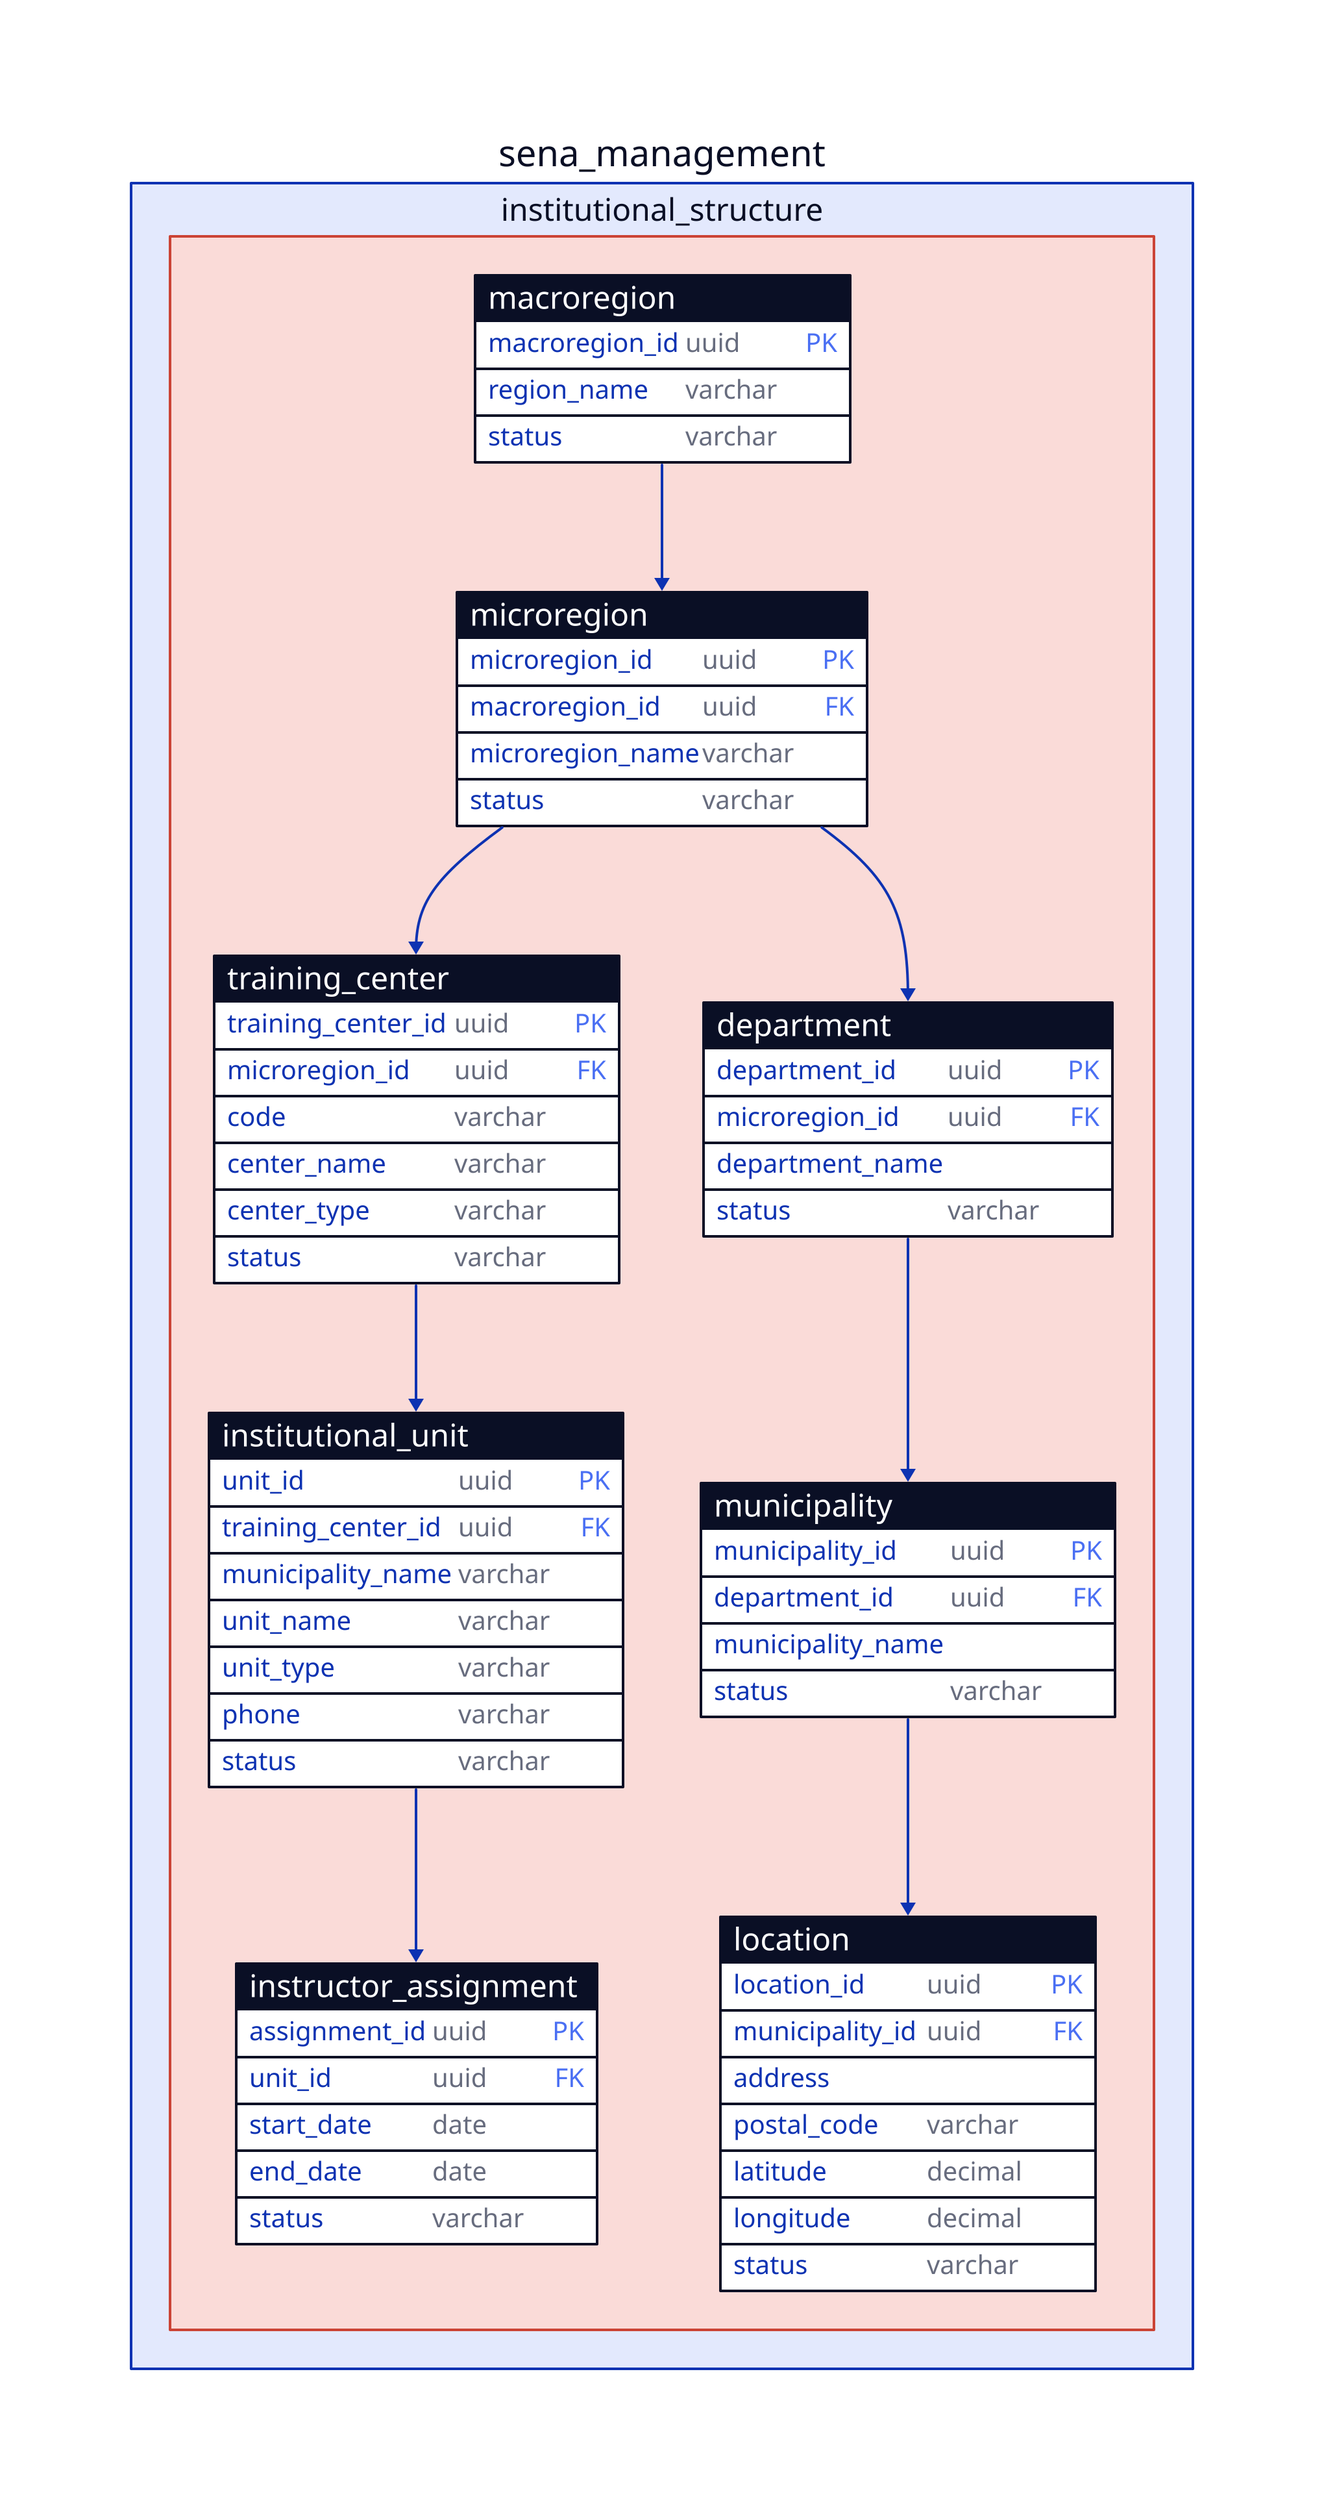
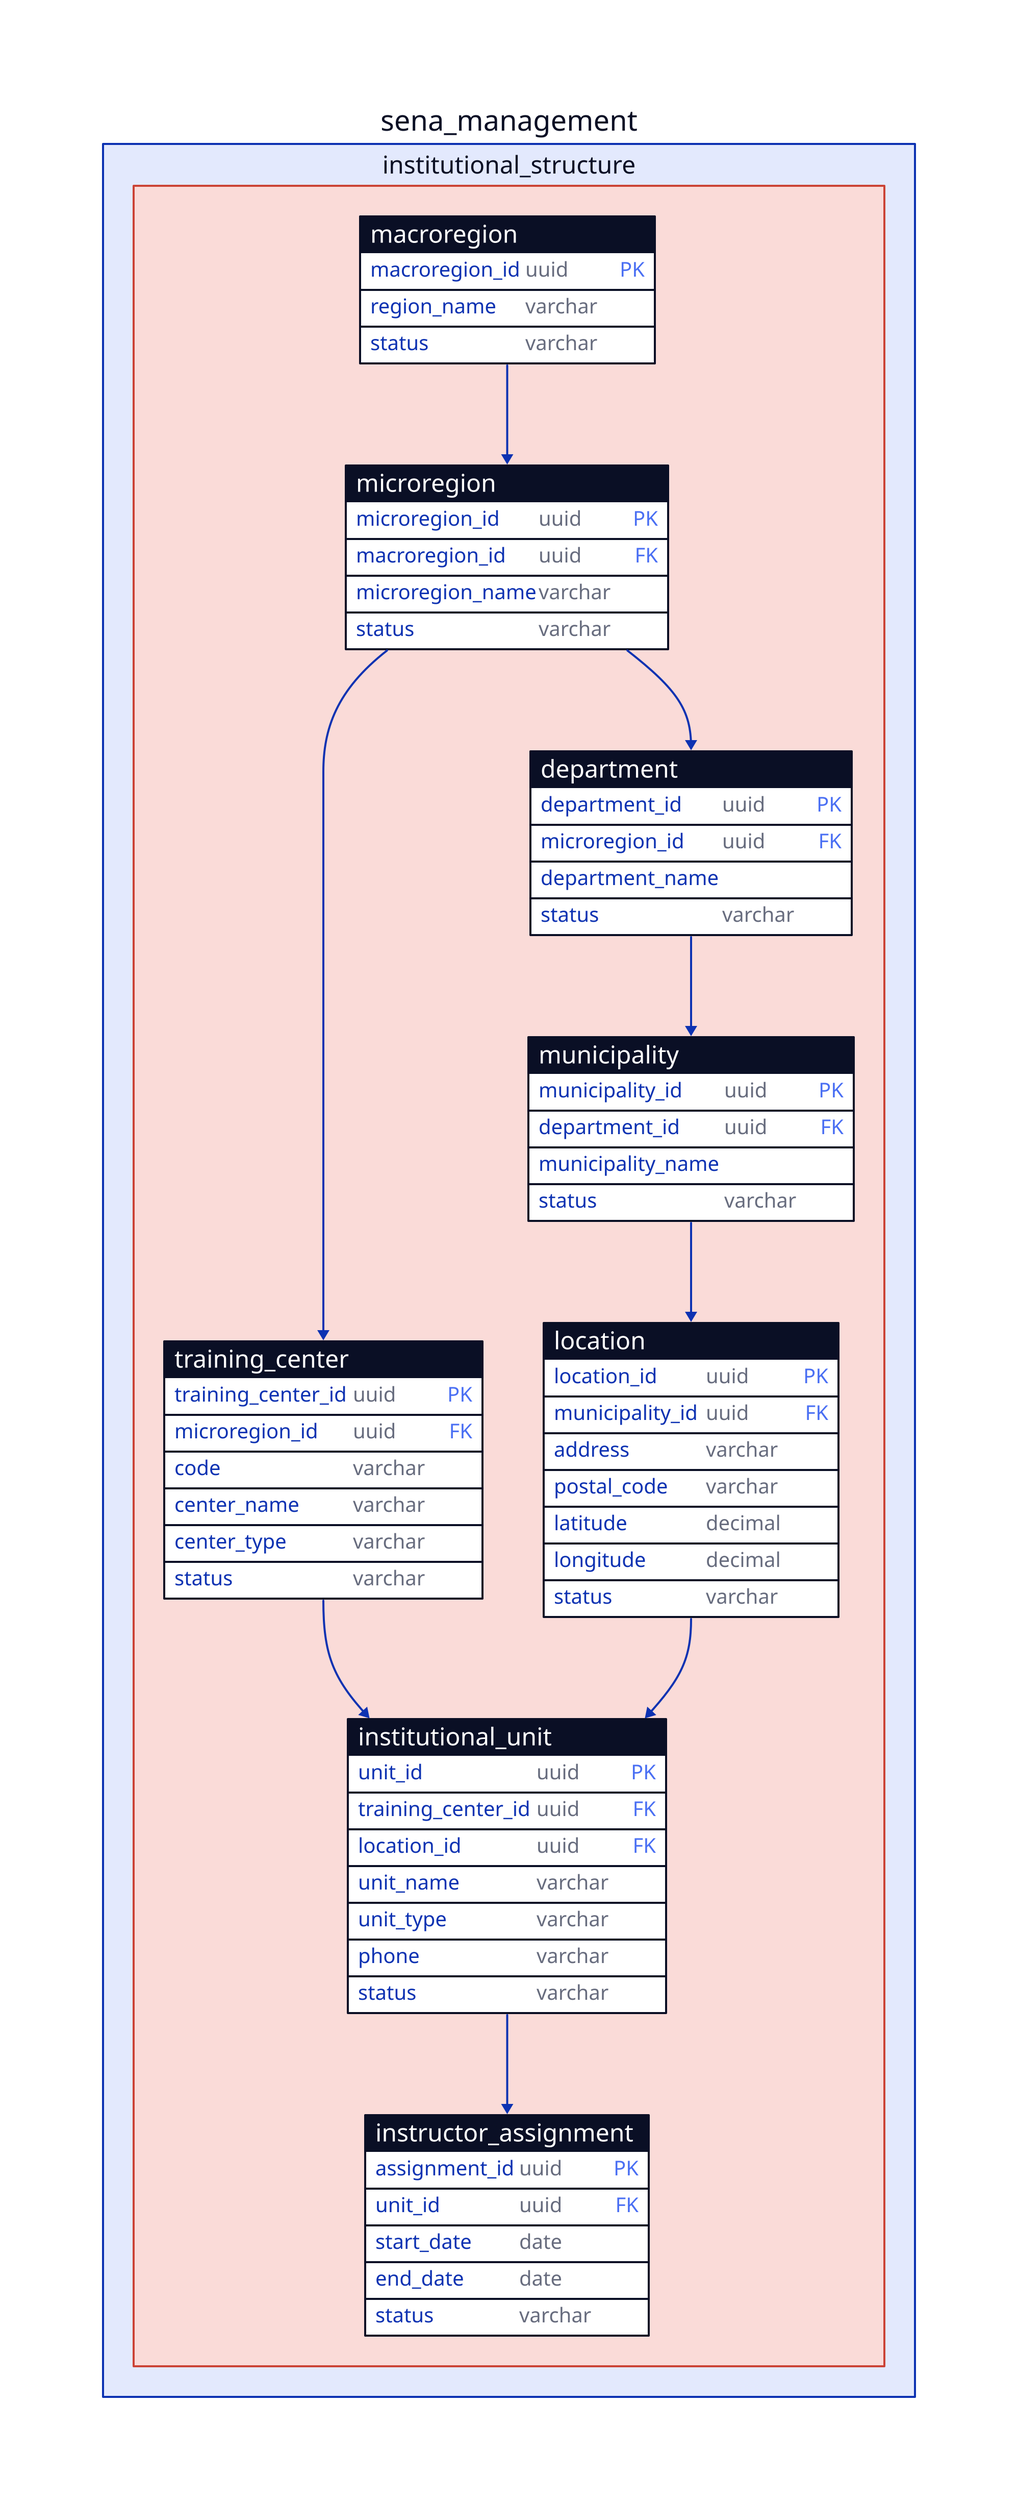
sena_management: {
  institutional_structure: {
    style.fill: "#FADBD8"
    style.stroke: "#CB4335"

    macroregion: {
      shape: sql_table

      macroregion_id: uuid {constraint: primary_key}
      region_name: varchar
      status: varchar
    }

    microregion: {
      shape: sql_table

      microregion_id: uuid {constraint: primary_key}
      macroregion_id: uuid {constraint: foreign_key}
      microregion_name: varchar
      status: varchar
    }

    training_center: {
      shape: sql_table

      training_center_id: uuid {constraint: primary_key}
      microregion_id: uuid {constraint: foreign_key}
      code: varchar
      center_name: varchar
      center_type: varchar
      status: varchar
    }

    institutional_unit: {
      shape: sql_table

      unit_id: uuid {constraint: primary_key}
      training_center_id: uuid {constraint: foreign_key}
-       municipality_name: varchar
+       location_id: uuid {constraint: foreign_key}
      unit_name: varchar
      unit_type: varchar
      phone: varchar
      status: varchar
    }

    instructor_assignment: {
      shape: sql_table

      assignment_id: uuid {constraint: primary_key}
      unit_id: uuid {constraint: foreign_key}
      start_date: date
      end_date: date
      status: varchar
    }

    location: {
      shape: sql_table

      location_id: uuid {constraint: primary_key}
      municipality_id: uuid {constraint: foreign_key}
-       address
+       address: varchar
      postal_code: varchar
      latitude: decimal
      longitude: decimal
      status: varchar
    }

    department: {
      shape: sql_table

      department_id: uuid {constraint: primary_key}
      microregion_id: uuid {constraint: foreign_key}
      department_name
      status: varchar
    }

    municipality: {
      shape: sql_table

      municipality_id: uuid {constraint: primary_key}
      department_id: uuid {constraint: foreign_key}
      municipality_name
      status: varchar
    }
  }

  institutional_structure.macroregion.macroregion_id -> institutional_structure.microregion.macroregion_id

  institutional_structure.microregion.microregion_id -> institutional_structure.training_center.microregion_id

  institutional_structure.training_center.training_center_id -> institutional_structure.institutional_unit.training_center_id

  institutional_structure.institutional_unit.unit_id -> institutional_structure.instructor_assignment.unit_id

  institutional_structure.municipality.municipality_id -> institutional_structure.location.municipality_id

  institutional_structure.microregion.microregion_id -> institutional_structure.department.microregion_id

  institutional_structure.department.department_id -> institutional_structure.municipality.department_id
+ 
+   institutional_structure.location.location_id -> institutional_structure.institutional_unit.location_id
}

